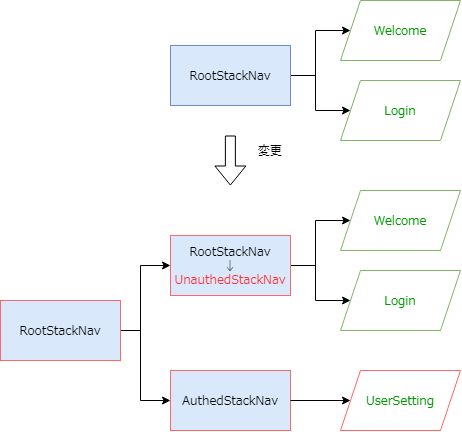
Earlier version of the draw.io export docs/react-native/learn/todo-app/app-hands-on/auth_flows.png (ws-4020/mobile-app-crib-notes). Source tidied: cells renumbered, new cells last; positions are measured from the earlier drawing's top-left corner, leaving out a move shared by most shapes.
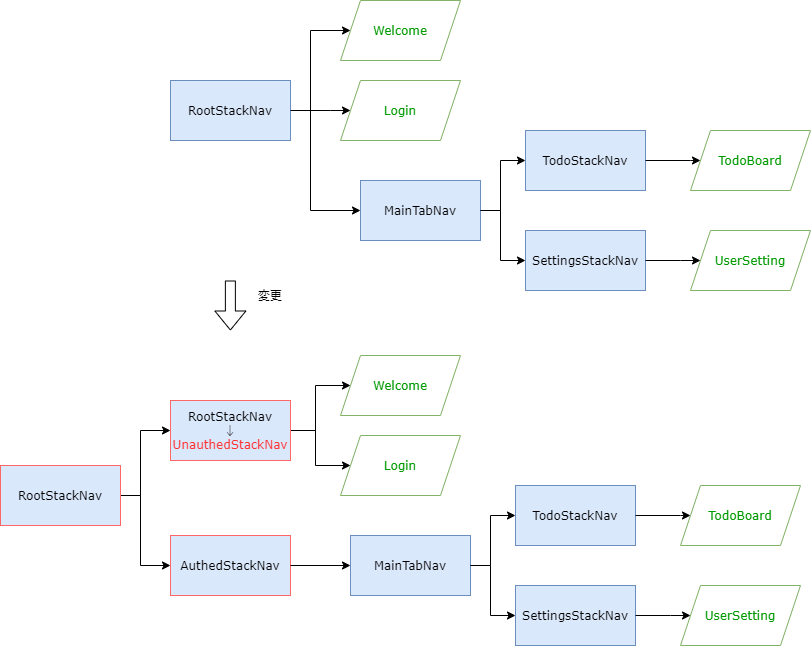
After the commit.

Change to the diagram source:
```diff
@@ -2,28 +2,16 @@
   <root>
     <mxCell id="0" />
     <mxCell id="1" parent="0" />
-    <mxCell id="2" value="&lt;font color=&quot;#009900&quot;&gt;Welcome&lt;/font&gt;" style="shape=parallelogram;perimeter=parallelogramPerimeter;whiteSpace=wrap;html=1;fixedSize=1;strokeColor=#82b366;fillColor=#FFFFFF;fontFamily=Garamond;" parent="1" vertex="1">
+    <mxCell id="2" value="&lt;font color=&quot;#009900&quot;&gt;Welcome&lt;/font&gt;" style="shape=parallelogram;perimeter=parallelogramPerimeter;whiteSpace=wrap;html=1;fixedSize=1;strokeColor=#82b366;fillColor=#FFFFFF;fontFamily=Verdana;" parent="1" vertex="1">
       <mxGeometry x="340" y="190" width="120" height="60" as="geometry" />
     </mxCell>
-    <mxCell id="3" style="edgeStyle=orthogonalEdgeStyle;rounded=0;jettySize=auto;html=1;entryX=0;entryY=0.5;entryDx=0;entryDy=0;" parent="1" edge="1" source="5" target="16">
-      <mxGeometry relative="1" as="geometry" />
-    </mxCell>
-    <mxCell id="4" style="edgeStyle=orthogonalEdgeStyle;rounded=0;jettySize=auto;html=1;entryX=0;entryY=0.5;entryDx=0;entryDy=0;" parent="1" edge="1" source="5" target="6">
-      <mxGeometry relative="1" as="geometry" />
-    </mxCell>
-    <mxCell id="5" value="&lt;span&gt;RootStackNav&lt;/span&gt;" style="rounded=0;whiteSpace=wrap;html=1;fontFamily=Garamond;fillColor=#dae8fc;strokeColor=#6c8ebf;" parent="1" vertex="1">
-      <mxGeometry x="170" y="45" width="120" height="60" as="geometry" />
-    </mxCell>
-    <mxCell id="6" value="&lt;span style=&quot;color: rgb(0 , 153 , 0)&quot;&gt;Welcome&lt;/span&gt;" style="shape=parallelogram;perimeter=parallelogramPerimeter;whiteSpace=wrap;html=1;fixedSize=1;strokeColor=#82b366;fillColor=#FFFFFF;fontFamily=Garamond;" parent="1" vertex="1">
-      <mxGeometry x="340" width="120" height="60" as="geometry" />
-    </mxCell>
     <mxCell id="7" style="edgeStyle=orthogonalEdgeStyle;rounded=0;jettySize=auto;html=1;fontFamily=Garamond;" parent="1" edge="1" source="9" target="2">
       <mxGeometry relative="1" as="geometry" />
     </mxCell>
     <mxCell id="8" style="edgeStyle=orthogonalEdgeStyle;rounded=0;jettySize=auto;html=1;entryX=0;entryY=0.5;entryDx=0;entryDy=0;fontFamily=Garamond;" parent="1" edge="1" source="9" target="15">
       <mxGeometry relative="1" as="geometry" />
     </mxCell>
-    <mxCell id="9" value="RootStackNav&lt;br&gt;↓&lt;br&gt;&lt;font color=&quot;#ff3333&quot;&gt;UnauthedStackNav&lt;/font&gt;" style="rounded=0;whiteSpace=wrap;html=1;fillColor=#dae8fc;fontFamily=Garamond;strokeColor=#FF6666;" parent="1" vertex="1">
+    <mxCell id="9" value="RootStackNav&lt;br&gt;↓&lt;br&gt;&lt;font color=&quot;#ff3333&quot;&gt;UnauthedStackNav&lt;/font&gt;" style="rounded=0;whiteSpace=wrap;html=1;fillColor=#dae8fc;fontFamily=Verdana;strokeColor=#FF6666;" parent="1" vertex="1">
       <mxGeometry x="170" y="235" width="120" height="60" as="geometry" />
     </mxCell>
     <mxCell id="10" style="edgeStyle=orthogonalEdgeStyle;rounded=0;jettySize=auto;html=1;entryX=0;entryY=0.5;entryDx=0;entryDy=0;fontFamily=Garamond;" parent="1" edge="1" source="12" target="9">
@@ -42,32 +30,153 @@
         </Array>
       </mxGeometry>
     </mxCell>
-    <mxCell id="12" value="RootStackNav" style="rounded=0;whiteSpace=wrap;html=1;fontFamily=Garamond;fillColor=#dae8fc;strokeColor=#FF6666;" parent="1" vertex="1">
+    <mxCell id="12" value="RootStackNav" style="rounded=0;whiteSpace=wrap;html=1;fontFamily=Verdana;fillColor=#dae8fc;strokeColor=#FF6666;" parent="1" vertex="1">
       <mxGeometry y="300" width="120" height="60" as="geometry" />
     </mxCell>
-    <mxCell id="13" value="AuthedStackNav" style="rounded=0;whiteSpace=wrap;html=1;fillColor=#dae8fc;fontFamily=Garamond;strokeColor=#FF6666;" parent="1" vertex="1">
+    <mxCell id="13" value="AuthedStackNav" style="rounded=0;whiteSpace=wrap;html=1;fillColor=#dae8fc;fontFamily=Verdana;strokeColor=#FF6666;" parent="1" vertex="1">
       <mxGeometry x="170" y="370" width="120" height="60" as="geometry" />
     </mxCell>
-    <mxCell id="14" style="edgeStyle=orthogonalEdgeStyle;rounded=0;jettySize=auto;html=1;fontFamily=Garamond;exitX=1;exitY=0.5;exitDx=0;exitDy=0;entryX=0;entryY=0.5;entryDx=0;entryDy=0;" parent="1" edge="1" source="13" target="17">
+    <mxCell id="14" style="edgeStyle=orthogonalEdgeStyle;rounded=0;jettySize=auto;html=1;fontFamily=Garamond;exitX=1;exitY=0.5;exitDx=0;exitDy=0;entryX=0;entryY=0.5;entryDx=0;entryDy=0;" parent="1" edge="1" source="13" target="31">
       <mxGeometry relative="1" as="geometry" />
     </mxCell>
-    <mxCell id="15" value="&lt;font color=&quot;#009900&quot;&gt;Login&lt;/font&gt;" style="shape=parallelogram;perimeter=parallelogramPerimeter;whiteSpace=wrap;html=1;fixedSize=1;strokeColor=#82b366;fillColor=#FFFFFF;fontFamily=Garamond;" parent="1" vertex="1">
+    <mxCell id="15" value="&lt;font color=&quot;#009900&quot;&gt;Login&lt;/font&gt;" style="shape=parallelogram;perimeter=parallelogramPerimeter;whiteSpace=wrap;html=1;fixedSize=1;strokeColor=#82b366;fillColor=#FFFFFF;fontFamily=Verdana;" parent="1" vertex="1">
       <mxGeometry x="340" y="270" width="120" height="60" as="geometry" />
     </mxCell>
-    <mxCell id="16" value="&lt;font color=&quot;#009900&quot;&gt;Login&lt;/font&gt;" style="shape=parallelogram;perimeter=parallelogramPerimeter;whiteSpace=wrap;html=1;fixedSize=1;strokeColor=#82b366;fillColor=#FFFFFF;fontFamily=Garamond;" parent="1" vertex="1">
-      <mxGeometry x="340" y="80" width="120" height="60" as="geometry" />
-    </mxCell>
-    <mxCell id="17" value="&lt;font color=&quot;#009900&quot;&gt;UserSetting&lt;/font&gt;" style="shape=parallelogram;perimeter=parallelogramPerimeter;whiteSpace=wrap;html=1;fixedSize=1;fillColor=#FFFFFF;fontFamily=Garamond;strokeColor=#FF6666;" parent="1" vertex="1">
-      <mxGeometry x="340" y="370" width="120" height="60" as="geometry" />
-    </mxCell>
     <mxCell id="18" style="shape=flexArrow;endArrow=classic;html=1;" parent="1" edge="1">
       <mxGeometry relative="1" as="geometry">
-        <mxPoint x="229.9" y="135" as="sourcePoint" />
-        <mxPoint x="229.9" y="185" as="targetPoint" />
+        <mxPoint x="229.9" y="115" as="sourcePoint" />
+        <mxPoint x="229.9" y="165" as="targetPoint" />
       </mxGeometry>
     </mxCell>
     <mxCell id="19" value="変更" style="text;html=1;strokeColor=none;fillColor=none;align=center;verticalAlign=middle;whiteSpace=wrap;rounded=0;" parent="1" vertex="1">
-      <mxGeometry x="250" y="140" width="40" height="20" as="geometry" />
+      <mxGeometry x="250" y="120" width="40" height="20" as="geometry" />
     </mxCell>
+    <mxCell id="6" value="&lt;font color=&quot;#009900&quot;&gt;Welcome&lt;/font&gt;" style="shape=parallelogram;perimeter=parallelogramPerimeter;whiteSpace=wrap;html=1;fixedSize=1;strokeColor=#82b366;fillColor=#FFFFFF;fontFamily=Verdana;" parent="1" vertex="1">
+      <mxGeometry x="340" y="-165" width="120" height="60" as="geometry" />
+    </mxCell>
+    <mxCell id="4" style="edgeStyle=orthogonalEdgeStyle;rounded=0;jettySize=auto;html=1;entryX=0;entryY=0.5;entryDx=0;entryDy=0;fontFamily=Garamond;" parent="1" edge="1" source="5" target="6">
+      <mxGeometry relative="1" as="geometry">
+        <Array as="points">
+          <mxPoint x="310" y="-55" />
+          <mxPoint x="310" y="-135" />
+        </Array>
+      </mxGeometry>
+    </mxCell>
+    <mxCell id="20" style="edgeStyle=orthogonalEdgeStyle;rounded=0;jettySize=auto;html=1;fontFamily=Garamond;entryX=0;entryY=0.5;entryDx=0;entryDy=0;" parent="1" edge="1" source="5" target="22">
+      <mxGeometry relative="1" as="geometry">
+        <Array as="points">
+          <mxPoint x="310" y="-55" />
+          <mxPoint x="310" y="45" />
+        </Array>
+      </mxGeometry>
+    </mxCell>
+    <mxCell id="5" value="RootStackNav" style="rounded=0;whiteSpace=wrap;html=1;fontFamily=Verdana;fillColor=#dae8fc;strokeColor=#6C8EBF;" parent="1" vertex="1">
+      <mxGeometry x="170" y="-85" width="120" height="60" as="geometry" />
+    </mxCell>
+    <mxCell id="16" value="&lt;font color=&quot;#009900&quot;&gt;Login&lt;/font&gt;" style="shape=parallelogram;perimeter=parallelogramPerimeter;whiteSpace=wrap;html=1;fixedSize=1;strokeColor=#82b366;fillColor=#FFFFFF;fontFamily=Verdana;" parent="1" vertex="1">
+      <mxGeometry x="340" y="-85" width="120" height="60" as="geometry" />
+    </mxCell>
+    <mxCell id="21" value="&lt;font color=&quot;#009900&quot;&gt;UserSetting&lt;/font&gt;" style="shape=parallelogram;perimeter=parallelogramPerimeter;whiteSpace=wrap;html=1;fixedSize=1;fillColor=#FFFFFF;fontFamily=Verdana;strokeColor=#82B366;" parent="1" vertex="1">
+      <mxGeometry x="690" y="65" width="120" height="60" as="geometry" />
+    </mxCell>
+    <mxCell id="22" value="MainTabNav" style="rounded=0;whiteSpace=wrap;html=1;fillColor=#dae8fc;fontFamily=Verdana;strokeColor=#6C8EBF;" parent="1" vertex="1">
+      <mxGeometry x="360" y="15" width="120" height="60" as="geometry" />
+    </mxCell>
+    <mxCell id="23" value="TodoStackNav" style="rounded=0;whiteSpace=wrap;html=1;fillColor=#dae8fc;fontFamily=Verdana;strokeColor=#6C8EBF;" parent="1" vertex="1">
+      <mxGeometry x="525" y="-35" width="120" height="60" as="geometry" />
+    </mxCell>
+    <mxCell id="24" value="SettingsStackNav" style="rounded=0;whiteSpace=wrap;html=1;fillColor=#dae8fc;fontFamily=Verdana;strokeColor=#6C8EBF;" parent="1" vertex="1">
+      <mxGeometry x="525" y="65" width="120" height="60" as="geometry" />
+    </mxCell>
+    <mxCell id="25" style="edgeStyle=orthogonalEdgeStyle;rounded=0;jettySize=auto;html=1;fontFamily=Garamond;exitX=1;exitY=0.5;exitDx=0;exitDy=0;entryX=0;entryY=0.5;entryDx=0;entryDy=0;" parent="1" edge="1" source="22" target="23">
+      <mxGeometry relative="1" as="geometry">
+        <Array as="points">
+          <mxPoint x="500" y="45" />
+          <mxPoint x="500" y="-5" />
+        </Array>
+      </mxGeometry>
+    </mxCell>
+    <mxCell id="26" style="edgeStyle=orthogonalEdgeStyle;rounded=0;jettySize=auto;html=1;fontFamily=Garamond;exitX=1;exitY=0.5;exitDx=0;exitDy=0;entryX=0;entryY=0.5;entryDx=0;entryDy=0;" parent="1" edge="1" source="22" target="24">
+      <mxGeometry relative="1" as="geometry">
+        <Array as="points">
+          <mxPoint x="500" y="45" />
+          <mxPoint x="500" y="95" />
+        </Array>
+      </mxGeometry>
+    </mxCell>
+    <mxCell id="27" value="&lt;font color=&quot;#009900&quot;&gt;TodoBoard&lt;/font&gt;" style="shape=parallelogram;perimeter=parallelogramPerimeter;whiteSpace=wrap;html=1;fixedSize=1;fillColor=#FFFFFF;fontFamily=Verdana;strokeColor=#82B366;" parent="1" vertex="1">
+      <mxGeometry x="690" y="-35" width="120" height="60" as="geometry" />
+    </mxCell>
+    <mxCell id="28" style="edgeStyle=orthogonalEdgeStyle;rounded=0;jettySize=auto;html=1;fontFamily=Garamond;exitX=1;exitY=0.5;exitDx=0;exitDy=0;entryX=0;entryY=0.5;entryDx=0;entryDy=0;" parent="1" edge="1" source="23" target="27">
+      <mxGeometry relative="1" as="geometry">
+        <Array as="points">
+          <mxPoint x="690" y="-5" />
+          <mxPoint x="690" y="-5" />
+        </Array>
+      </mxGeometry>
+    </mxCell>
+    <mxCell id="29" style="edgeStyle=orthogonalEdgeStyle;rounded=0;jettySize=auto;html=1;fontFamily=Garamond;exitX=1;exitY=0.5;exitDx=0;exitDy=0;entryX=0;entryY=0.5;entryDx=0;entryDy=0;" parent="1" edge="1" source="24" target="21">
+      <mxGeometry relative="1" as="geometry">
+        <Array as="points">
+          <mxPoint x="680" y="95" />
+          <mxPoint x="680" y="95" />
+        </Array>
+      </mxGeometry>
+    </mxCell>
+    <mxCell id="3" style="edgeStyle=orthogonalEdgeStyle;rounded=0;jettySize=auto;html=1;entryX=0;entryY=0.5;entryDx=0;entryDy=0;fontFamily=Garamond;exitX=1;exitY=0.5;exitDx=0;exitDy=0;" parent="1" edge="1" source="5" target="16">
+      <mxGeometry relative="1" as="geometry">
+        <Array as="points">
+          <mxPoint x="330" y="-55" />
+          <mxPoint x="330" y="-55" />
+        </Array>
+      </mxGeometry>
+    </mxCell>
+    <mxCell id="30" value="&lt;font color=&quot;#009900&quot;&gt;UserSetting&lt;/font&gt;" style="shape=parallelogram;perimeter=parallelogramPerimeter;whiteSpace=wrap;html=1;fixedSize=1;fillColor=#FFFFFF;fontFamily=Verdana;strokeColor=#82B366;" parent="1" vertex="1">
+      <mxGeometry x="680" y="420" width="120" height="60" as="geometry" />
+    </mxCell>
+    <mxCell id="31" value="MainTabNav" style="rounded=0;whiteSpace=wrap;html=1;fillColor=#dae8fc;fontFamily=Verdana;strokeColor=#6C8EBF;" parent="1" vertex="1">
+      <mxGeometry x="350" y="370" width="120" height="60" as="geometry" />
+    </mxCell>
+    <mxCell id="32" value="TodoStackNav" style="rounded=0;whiteSpace=wrap;html=1;fillColor=#dae8fc;fontFamily=Verdana;strokeColor=#6C8EBF;" parent="1" vertex="1">
+      <mxGeometry x="515" y="320" width="120" height="60" as="geometry" />
+    </mxCell>
+    <mxCell id="33" value="SettingsStackNav" style="rounded=0;whiteSpace=wrap;html=1;fillColor=#dae8fc;fontFamily=Verdana;strokeColor=#6C8EBF;" parent="1" vertex="1">
+      <mxGeometry x="515" y="420" width="120" height="60" as="geometry" />
+    </mxCell>
+    <mxCell id="34" style="edgeStyle=orthogonalEdgeStyle;rounded=0;jettySize=auto;html=1;fontFamily=Garamond;exitX=1;exitY=0.5;exitDx=0;exitDy=0;entryX=0;entryY=0.5;entryDx=0;entryDy=0;" parent="1" edge="1" source="31" target="32">
+      <mxGeometry relative="1" as="geometry">
+        <Array as="points">
+          <mxPoint x="490" y="400" />
+          <mxPoint x="490" y="350" />
+        </Array>
+      </mxGeometry>
+    </mxCell>
+    <mxCell id="35" style="edgeStyle=orthogonalEdgeStyle;rounded=0;jettySize=auto;html=1;fontFamily=Garamond;exitX=1;exitY=0.5;exitDx=0;exitDy=0;entryX=0;entryY=0.5;entryDx=0;entryDy=0;" parent="1" edge="1" source="31" target="33">
+      <mxGeometry relative="1" as="geometry">
+        <Array as="points">
+          <mxPoint x="490" y="400" />
+          <mxPoint x="490" y="450" />
+        </Array>
+      </mxGeometry>
+    </mxCell>
+    <mxCell id="36" value="&lt;font color=&quot;#009900&quot;&gt;TodoBoard&lt;/font&gt;" style="shape=parallelogram;perimeter=parallelogramPerimeter;whiteSpace=wrap;html=1;fixedSize=1;fillColor=#FFFFFF;fontFamily=Verdana;strokeColor=#82B366;" parent="1" vertex="1">
+      <mxGeometry x="680" y="320" width="120" height="60" as="geometry" />
+    </mxCell>
+    <mxCell id="37" style="edgeStyle=orthogonalEdgeStyle;rounded=0;jettySize=auto;html=1;fontFamily=Garamond;exitX=1;exitY=0.5;exitDx=0;exitDy=0;entryX=0;entryY=0.5;entryDx=0;entryDy=0;" parent="1" edge="1" source="32" target="36">
+      <mxGeometry relative="1" as="geometry">
+        <Array as="points">
+          <mxPoint x="680" y="350" />
+          <mxPoint x="680" y="350" />
+        </Array>
+      </mxGeometry>
+    </mxCell>
+    <mxCell id="38" style="edgeStyle=orthogonalEdgeStyle;rounded=0;jettySize=auto;html=1;fontFamily=Garamond;exitX=1;exitY=0.5;exitDx=0;exitDy=0;entryX=0;entryY=0.5;entryDx=0;entryDy=0;" parent="1" edge="1" source="33" target="30">
+      <mxGeometry relative="1" as="geometry">
+        <Array as="points">
+          <mxPoint x="670" y="450" />
+          <mxPoint x="670" y="450" />
+        </Array>
+      </mxGeometry>
+    </mxCell>
   </root>
 </mxGraphModel>
```
